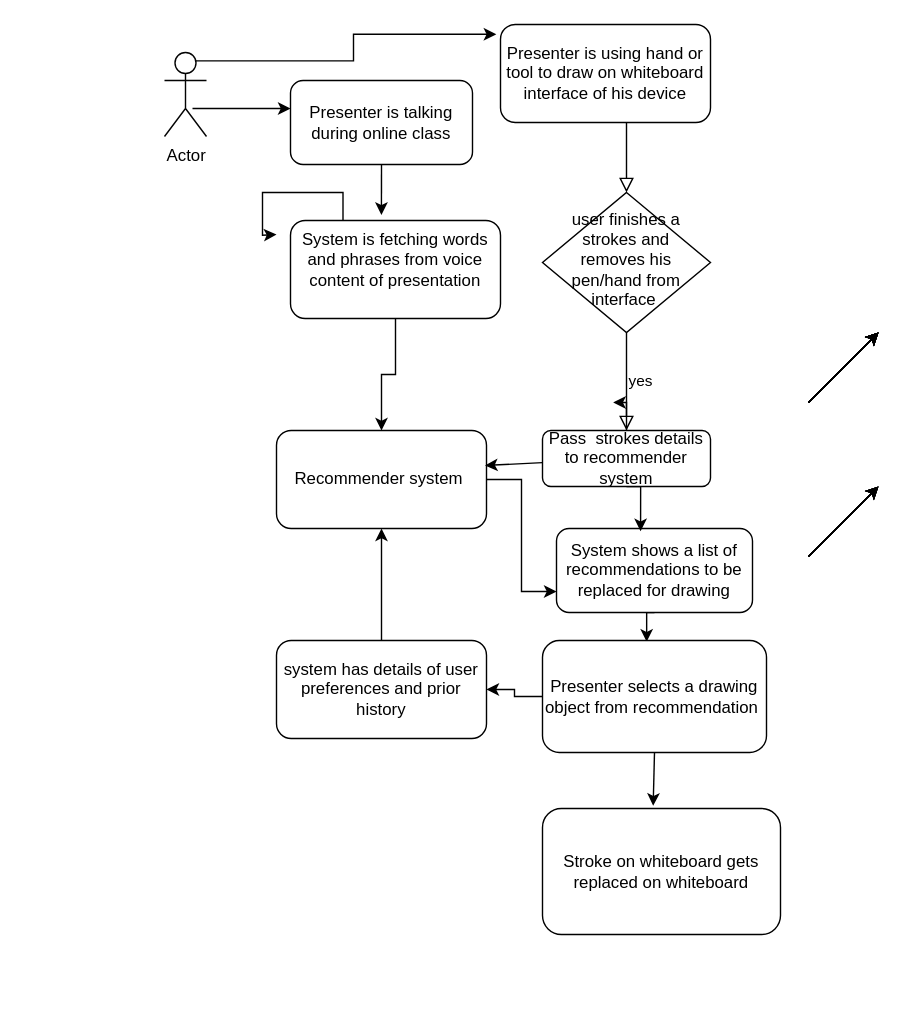
Before: predictDrawingSandhya.drawio in sandsuma/MLData, a draw.io diagram. Source tidied: cells renumbered, new cells numbered last; positions are measured from the earlier drawing's top-left corner, leaving out a move shared by most shapes. Both pictures are drawn from the tidied source at 140%, with x=0, y=0 at pixel (164, 24).
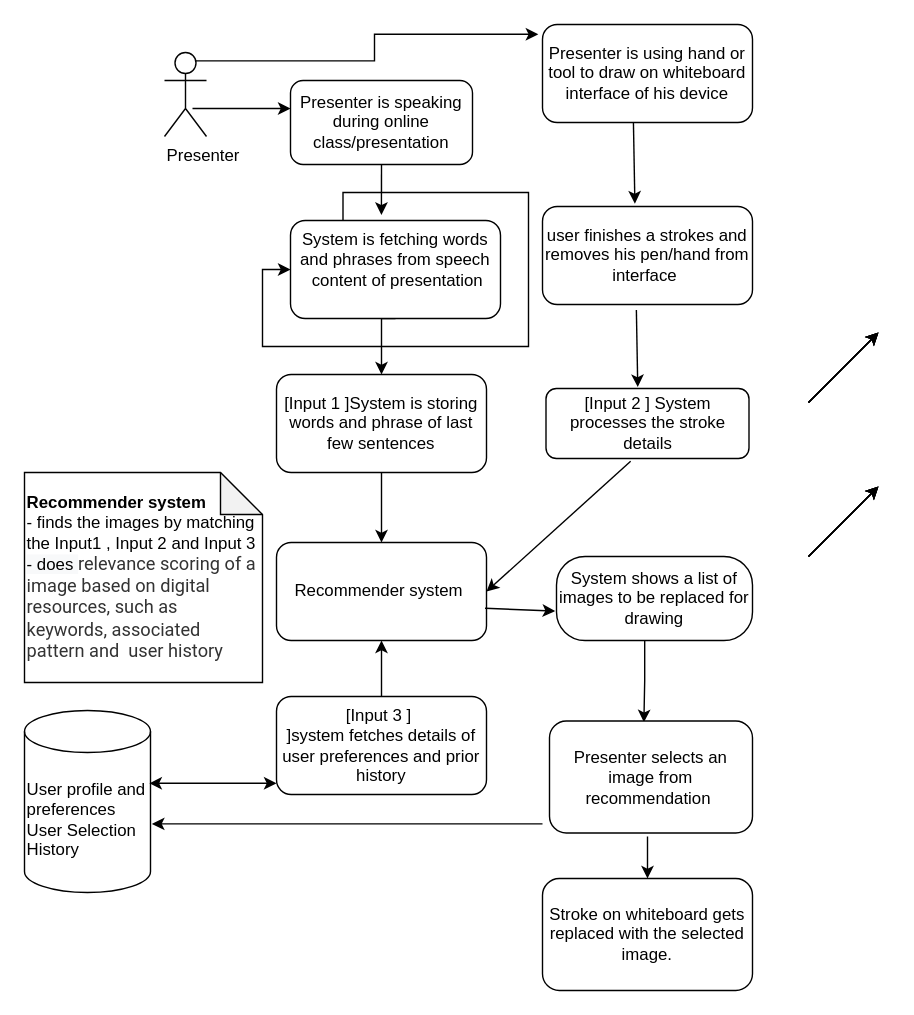
The same diagram, later.

Diff of the diagram source:
```diff
@@
-    <mxCell id="2" style="rounded=0;html=1;jettySize=auto;fontSize=11;endArrow=block;endFill=0;endSize=8;strokeWidth=1;shadow=0;labelBackgroundColor=none;edgeStyle=orthogonalEdgeStyle;" parent="1" edge="1" source="14" target="4">
-      <mxGeometry relative="1" as="geometry">
-        <Array as="points">
-          <mxPoint x="330" y="110" />
-          <mxPoint x="330" y="110" />
-        </Array>
-      </mxGeometry>
-    </mxCell>
-    <mxCell id="3" value="yes" style="edgeStyle=orthogonalEdgeStyle;rounded=0;html=1;jettySize=auto;fontSize=11;endArrow=block;endFill=0;endSize=8;strokeWidth=1;shadow=0;labelBackgroundColor=none;" parent="1" edge="1" source="4" target="21">
-      <mxGeometry y="10" relative="1" as="geometry">
-        <Array as="points">
-          <mxPoint x="330" y="240" />
-          <mxPoint x="330" y="240" />
-        </Array>
-      </mxGeometry>
-    </mxCell>
-    <mxCell id="4" value="user finishes a strokes and removes his pen/hand from interface&amp;nbsp;" style="rhombus;whiteSpace=wrap;html=1;shadow=0;fontFamily=Helvetica;fontSize=12;align=center;strokeWidth=1;spacing=6;spacingTop=-4;" parent="1" vertex="1">
-      <mxGeometry x="270" y="120" width="120" height="100" as="geometry" />
-    </mxCell>
-    <mxCell id="5" style="edgeStyle=orthogonalEdgeStyle;rounded=0;jettySize=auto;html=1;exitX=0.5;exitY=1;exitDx=0;exitDy=0;entryX=0.465;entryY=0.011;entryDx=0;entryDy=0;entryPerimeter=0;" parent="1" edge="1" source="6" target="32">
+    <mxCell id="5" style="edgeStyle=orthogonalEdgeStyle;rounded=0;jettySize=auto;html=1;entryX=0.465;entryY=0.011;entryDx=0;entryDy=0;entryPerimeter=0;exitX=0.45;exitY=0.983;exitDx=0;exitDy=0;exitPerimeter=0;" parent="1" edge="1" source="6" target="32">
       <mxGeometry relative="1" as="geometry" />
     </mxCell>
-    <mxCell id="6" value="System shows a list of recommendations to be replaced for drawing" style="rounded=1;whiteSpace=wrap;html=1;fontSize=12;glass=0;strokeWidth=1;shadow=0;" parent="1" vertex="1">
-      <mxGeometry x="280" y="360" width="140" height="60" as="geometry" />
+    <mxCell id="6" value="System shows a list of images to be replaced for drawing" style="rounded=1;whiteSpace=wrap;html=1;fontSize=12;glass=0;strokeWidth=1;shadow=0;arcSize=34;" parent="1" vertex="1">
+      <mxGeometry x="280" y="380" width="140" height="60" as="geometry" />
     </mxCell>
@@
-    <mxCell id="8" value="Presenter is talking during online class" style="rounded=1;whiteSpace=wrap;html=1;fontSize=12;glass=0;strokeWidth=1;shadow=0;" parent="1" vertex="1">
+    <mxCell id="8" value="Presenter is speaking during online class/presentation" style="rounded=1;whiteSpace=wrap;html=1;fontSize=12;glass=0;strokeWidth=1;shadow=0;" parent="1" vertex="1">
       <mxGeometry x="90" y="40" width="130" height="60" as="geometry" />
     </mxCell>
-    <mxCell id="9" style="edgeStyle=orthogonalEdgeStyle;rounded=0;jettySize=auto;html=1;exitX=0.5;exitY=1;exitDx=0;exitDy=0;entryX=0.5;entryY=0;entryDx=0;entryDy=0;" parent="1" edge="1" source="11" target="13">
-      <mxGeometry relative="1" as="geometry" />
+    <mxCell id="9" style="edgeStyle=orthogonalEdgeStyle;rounded=0;jettySize=auto;html=1;exitX=0.5;exitY=1;exitDx=0;exitDy=0;entryX=0.5;entryY=0;entryDx=0;entryDy=0;" parent="1" edge="1" source="11" target="46">
+      <mxGeometry relative="1" as="geometry">
+        <Array as="points">
+          <mxPoint x="155" y="210" />
+        </Array>
+      </mxGeometry>
     </mxCell>
-    <mxCell id="10" style="edgeStyle=orthogonalEdgeStyle;rounded=0;jettySize=auto;html=1;exitX=0.25;exitY=0;exitDx=0;exitDy=0;" parent="1" edge="1" source="11">
-      <mxGeometry relative="1" as="geometry">
-        <mxPoint x="80" y="150" as="targetPoint" />
-      </mxGeometry>
+    <mxCell id="10" style="edgeStyle=orthogonalEdgeStyle;rounded=0;orthogonalLoop=1;jettySize=auto;html=1;exitX=0.25;exitY=0;exitDx=0;exitDy=0;entryX=0;entryY=0.5;entryDx=0;entryDy=0;" parent="1" edge="1" source="11" target="11">
+      <mxGeometry relative="1" as="geometry" />
     </mxCell>
-    <mxCell id="11" value="System is fetching words and phrases from voice content of presentation&lt;br&gt;&amp;nbsp;&amp;nbsp;" style="rounded=1;whiteSpace=wrap;html=1;fontSize=12;glass=0;strokeWidth=1;shadow=0;" parent="1" vertex="1">
+    <mxCell id="11" value="System is fetching words and phrases from speech&lt;br&gt;&amp;nbsp;content of presentation&lt;br&gt;&amp;nbsp;&amp;nbsp;" style="rounded=1;whiteSpace=wrap;html=1;fontSize=12;glass=0;strokeWidth=1;shadow=0;" parent="1" vertex="1">
       <mxGeometry x="90" y="140" width="150" height="70" as="geometry" />
     </mxCell>
-    <mxCell id="12" style="edgeStyle=orthogonalEdgeStyle;rounded=0;jettySize=auto;html=1;entryX=0;entryY=0.75;entryDx=0;entryDy=0;" parent="1" edge="1" source="13" target="6">
-      <mxGeometry relative="1" as="geometry" />
-    </mxCell>
     <mxCell id="13" value="Recommender system&amp;nbsp;" style="rounded=1;whiteSpace=wrap;html=1;fontSize=12;glass=0;strokeWidth=1;shadow=0;" parent="1" vertex="1">
-      <mxGeometry x="80" y="290" width="150" height="70" as="geometry" />
+      <mxGeometry x="80" y="370" width="150" height="70" as="geometry" />
     </mxCell>
     <mxCell id="14" value="Presenter is using hand or tool to draw on whiteboard interface of his device" style="rounded=1;whiteSpace=wrap;html=1;fontSize=12;glass=0;strokeWidth=1;shadow=0;" parent="1" vertex="1">
-      <mxGeometry x="240" width="150" height="70" as="geometry" />
+      <mxGeometry x="270" width="150" height="70" as="geometry" />
     </mxCell>
@@
-    <mxCell id="17" value="system has details of user preferences and prior history" style="rounded=1;whiteSpace=wrap;html=1;fontSize=12;glass=0;strokeWidth=1;shadow=0;" parent="1" vertex="1">
-      <mxGeometry x="80" y="440" width="150" height="70" as="geometry" />
+    <mxCell id="17" value="[Input 3 ]&amp;nbsp;&lt;br&gt;]system fetches details of user preferences and prior history" style="rounded=1;whiteSpace=wrap;html=1;fontSize=12;glass=0;strokeWidth=1;shadow=0;" parent="1" vertex="1">
+      <mxGeometry x="80" y="480" width="150" height="70" as="geometry" />
     </mxCell>
-    <mxCell id="18" style="endArrow=classic;html=1;entryX=0.993;entryY=0.357;entryDx=0;entryDy=0;entryPerimeter=0;" parent="1" edge="1" source="21" target="13">
-      <mxGeometry relative="1" as="geometry" />
-    </mxCell>
-    <mxCell id="19" style="edgeStyle=orthogonalEdgeStyle;rounded=0;jettySize=auto;html=1;exitX=0.5;exitY=1;exitDx=0;exitDy=0;entryX=0.429;entryY=0.033;entryDx=0;entryDy=0;entryPerimeter=0;" parent="1" edge="1" source="21" target="6">
-      <mxGeometry relative="1" as="geometry" />
-    </mxCell>
-    <mxCell id="20" style="edgeStyle=orthogonalEdgeStyle;rounded=0;jettySize=auto;html=1;" parent="1" edge="1" source="21">
-      <mxGeometry relative="1" as="geometry">
-        <mxPoint x="320" y="270" as="targetPoint" />
-      </mxGeometry>
-    </mxCell>
-    <mxCell id="21" value="Pass &amp;nbsp;strokes details to recommender system" style="rounded=1;whiteSpace=wrap;html=1;fontSize=12;glass=0;strokeWidth=1;shadow=0;" parent="1" vertex="1">
-      <mxGeometry x="270" y="290" width="120" height="40" as="geometry" />
-    </mxCell>
@@
-    <mxCell id="25" style="endArrow=classic;html=1;" parent="1" edge="1">
-      <mxGeometry relative="1" as="geometry">
-        <mxPoint x="460" y="270" as="sourcePoint" />
-        <mxPoint x="510" y="220" as="targetPoint" />
-      </mxGeometry>
-    </mxCell>
-    <mxCell id="26" style="endArrow=classic;html=1;" parent="1" edge="1">
-      <mxGeometry relative="1" as="geometry">
-        <mxPoint x="460" y="270" as="sourcePoint" />
-        <mxPoint x="510" y="220" as="targetPoint" />
-      </mxGeometry>
-    </mxCell>
-    <mxCell id="27" style="endArrow=classic;html=1;" parent="1" edge="1">
-      <mxGeometry relative="1" as="geometry">
-        <mxPoint x="460" y="270" as="sourcePoint" />
-        <mxPoint x="510" y="220" as="targetPoint" />
-      </mxGeometry>
-    </mxCell>
-    <mxCell id="28" style="endArrow=classic;html=1;" parent="1" edge="1">
-      <mxGeometry relative="1" as="geometry">
-        <mxPoint x="460" y="270" as="sourcePoint" />
-        <mxPoint x="510" y="220" as="targetPoint" />
-      </mxGeometry>
-    </mxCell>
-    <mxCell id="29" style="endArrow=classic;html=1;" parent="1" edge="1">
-      <mxGeometry relative="1" as="geometry">
-        <mxPoint x="460" y="270" as="sourcePoint" />
-        <mxPoint x="510" y="220" as="targetPoint" />
-      </mxGeometry>
-    </mxCell>
-    <mxCell id="30" style="edgeStyle=orthogonalEdgeStyle;rounded=0;jettySize=auto;html=1;exitX=0;exitY=0.5;exitDx=0;exitDy=0;" parent="1" edge="1" source="32" target="17">
-      <mxGeometry relative="1" as="geometry" />
-    </mxCell>
-    <mxCell id="31" style="edgeStyle=orthogonalEdgeStyle;rounded=0;jettySize=auto;html=1;exitX=0.5;exitY=1;exitDx=0;exitDy=0;entryX=0.465;entryY=-0.022;entryDx=0;entryDy=0;entryPerimeter=0;" parent="1" edge="1" source="32" target="35">
-      <mxGeometry relative="1" as="geometry" />
-    </mxCell>
-    <mxCell id="32" value="Presenter selects a drawing object from recommendation&amp;nbsp;" style="rounded=1;whiteSpace=wrap;html=1;fontSize=12;glass=0;strokeWidth=1;shadow=0;" parent="1" vertex="1">
-      <mxGeometry x="270" y="440" width="160" height="80" as="geometry" />
+    <mxCell id="32" value="Presenter selects an image from recommendation&amp;nbsp;" style="rounded=1;whiteSpace=wrap;html=1;fontSize=12;glass=0;strokeWidth=1;shadow=0;" parent="1" vertex="1">
+      <mxGeometry x="275" y="497.5" width="145" height="80" as="geometry" />
     </mxCell>
-    <mxCell id="33" style="endArrow=classic;html=1;" parent="1" edge="1">
-      <mxGeometry relative="1" as="geometry">
-        <mxPoint x="460" y="270" as="sourcePoint" />
-        <mxPoint x="510" y="220" as="targetPoint" />
-      </mxGeometry>
-    </mxCell>
-    <mxCell id="34" style="endArrow=classic;html=1;" parent="1" edge="1">
-      <mxGeometry relative="1" as="geometry">
-        <mxPoint x="460" y="270" as="sourcePoint" />
-        <mxPoint x="510" y="220" as="targetPoint" />
-      </mxGeometry>
-    </mxCell>
-    <mxCell id="35" value="Stroke on whiteboard gets replaced on whiteboard" style="rounded=1;whiteSpace=wrap;html=1;fontSize=12;glass=0;strokeWidth=1;shadow=0;" parent="1" vertex="1">
-      <mxGeometry x="270" y="560" width="170" height="90" as="geometry" />
+    <mxCell id="35" value="Stroke on whiteboard gets replaced with the selected image." style="rounded=1;whiteSpace=wrap;html=1;fontSize=12;glass=0;strokeWidth=1;shadow=0;" parent="1" vertex="1">
+      <mxGeometry x="270" y="610" width="150" height="80" as="geometry" />
     </mxCell>
@@
-    <mxCell id="38" value="Actor" style="shape=umlActor;verticalLabelPosition=bottom;verticalAlign=top;html=1;outlineConnect=0;strokeColor=#030303;align=left;" parent="1" vertex="1">
+    <mxCell id="38" value="Presenter" style="shape=umlActor;verticalLabelPosition=bottom;verticalAlign=top;html=1;outlineConnect=0;strokeColor=#030303;align=left;" parent="1" vertex="1">
       <mxGeometry y="20" width="30" height="60" as="geometry" />
     </mxCell>
@@
-    <mxCell id="43" style="endArrow=classic;html=1;" parent="1" edge="1">
-      <mxGeometry relative="1" as="geometry">
-        <mxPoint x="460" y="380" as="sourcePoint" />
-        <mxPoint x="510" y="330" as="targetPoint" />
-      </mxGeometry>
-    </mxCell>
-    <mxCell id="44" style="endArrow=classic;html=1;" parent="1" edge="1">
-      <mxGeometry relative="1" as="geometry">
-        <mxPoint x="460" y="380" as="sourcePoint" />
-        <mxPoint x="510" y="330" as="targetPoint" />
-      </mxGeometry>
-    </mxCell>
+    <mxCell id="45" value="User profile and preferences&lt;br&gt;User Selection History" style="shape=cylinder3;whiteSpace=wrap;html=1;boundedLbl=1;backgroundOutline=1;size=15;align=left;" parent="1" vertex="1">
+      <mxGeometry x="-100" y="490" width="90" height="130" as="geometry" />
+    </mxCell>
+    <mxCell id="46" value="[Input 1 ]System is storing words and phrase of last few sentences" style="rounded=1;whiteSpace=wrap;html=1;fontSize=12;glass=0;strokeWidth=1;shadow=0;" parent="1" vertex="1">
+      <mxGeometry x="80" y="250" width="150" height="70" as="geometry" />
+    </mxCell>
+    <mxCell id="47" style="endArrow=classic;html=1;exitX=0.5;exitY=1;exitDx=0;exitDy=0;entryX=0.5;entryY=0;entryDx=0;entryDy=0;" parent="1" edge="1" source="46" target="13">
+      <mxGeometry relative="1" as="geometry" />
+    </mxCell>
+    <mxCell id="4" value="user finishes a strokes and removes his pen/hand from interface&amp;nbsp;" style="rounded=1;whiteSpace=wrap;html=1;fontSize=12;glass=0;strokeWidth=1;shadow=0;" parent="1" vertex="1">
+      <mxGeometry x="270" y="130" width="150" height="70" as="geometry" />
+    </mxCell>
+    <mxCell id="2" style="endArrow=classic;html=1;exitX=0.433;exitY=1;exitDx=0;exitDy=0;exitPerimeter=0;entryX=0.44;entryY=-0.029;entryDx=0;entryDy=0;entryPerimeter=0;" parent="1" edge="1" source="14" target="4">
+      <mxGeometry relative="1" as="geometry" />
+    </mxCell>
+    <mxCell id="48" value="[Input 2 ] System processes the stroke details" style="rounded=1;whiteSpace=wrap;html=1;fontSize=12;glass=0;strokeWidth=1;shadow=0;" parent="1" vertex="1">
+      <mxGeometry x="272.5" y="260" width="145" height="50" as="geometry" />
+    </mxCell>
+    <mxCell id="49" style="endArrow=classic;html=1;entryX=0.452;entryY=-0.02;entryDx=0;entryDy=0;entryPerimeter=0;exitX=0.447;exitY=1.057;exitDx=0;exitDy=0;exitPerimeter=0;" parent="1" edge="1" source="4" target="48">
+      <mxGeometry relative="1" as="geometry" />
+    </mxCell>
+    <mxCell id="12" style="endArrow=classic;html=1;entryX=-0.007;entryY=0.65;entryDx=0;entryDy=0;entryPerimeter=0;exitX=0.993;exitY=0.671;exitDx=0;exitDy=0;exitPerimeter=0;" parent="1" edge="1" source="13" target="6">
+      <mxGeometry relative="1" as="geometry" />
+    </mxCell>
+    <mxCell id="50" style="edgeStyle=orthogonalEdgeStyle;rounded=0;orthogonalLoop=1;jettySize=auto;html=1;exitX=0.5;exitY=1;exitDx=0;exitDy=0;" parent="1" edge="1" source="48" target="48">
+      <mxGeometry relative="1" as="geometry" />
+    </mxCell>
+    <mxCell id="51" style="endArrow=classic;html=1;entryX=1;entryY=0.5;entryDx=0;entryDy=0;exitX=0.417;exitY=1.04;exitDx=0;exitDy=0;exitPerimeter=0;" parent="1" edge="1" source="48" target="13">
+      <mxGeometry relative="1" as="geometry" />
+    </mxCell>
+    <mxCell id="52" value="&lt;b&gt;Recommender system&amp;nbsp;&lt;/b&gt;&lt;br&gt;&lt;div&gt;- finds the images by matching the Input1 , Input 2 and Input 3&amp;nbsp;&lt;/div&gt;&lt;span style=&quot;background-color: rgb(248 , 249 , 250)&quot;&gt;- does&amp;nbsp;&lt;/span&gt;&lt;span style=&quot;color: rgb(51 , 51 , 51) ; font-family: &amp;#34;roboto&amp;#34; , sans-serif ; font-size: 13px ; background-color: rgb(255 , 255 , 255)&quot;&gt;relevance scoring of a image based on digital resources, such as keywords, associated pattern and &amp;nbsp;user history&lt;/span&gt;" style="shape=note;whiteSpace=wrap;html=1;backgroundOutline=1;darkOpacity=0.05;align=left;" parent="1" vertex="1">
+      <mxGeometry x="-100" y="320" width="170" height="150" as="geometry" />
+    </mxCell>
+    <mxCell id="53" style="endArrow=classic;startArrow=classic;html=1;exitX=0.991;exitY=0.4;exitDx=0;exitDy=0;exitPerimeter=0;" parent="1" edge="1" source="45">
+      <mxGeometry relative="1" as="geometry">
+        <mxPoint x="80" y="542" as="targetPoint" />
+      </mxGeometry>
+    </mxCell>
+    <mxCell id="54" style="endArrow=classic;html=1;entryX=1.011;entryY=0.623;entryDx=0;entryDy=0;entryPerimeter=0;" parent="1" edge="1" target="45">
+      <mxGeometry relative="1" as="geometry">
+        <mxPoint x="270" y="571" as="sourcePoint" />
+      </mxGeometry>
+    </mxCell>
+    <mxCell id="55" style="endArrow=classic;html=1;entryX=0.5;entryY=0;entryDx=0;entryDy=0;" parent="1" edge="1" target="35">
+      <mxGeometry relative="1" as="geometry">
+        <mxPoint x="345" y="580" as="sourcePoint" />
+      </mxGeometry>
+    </mxCell>
```
